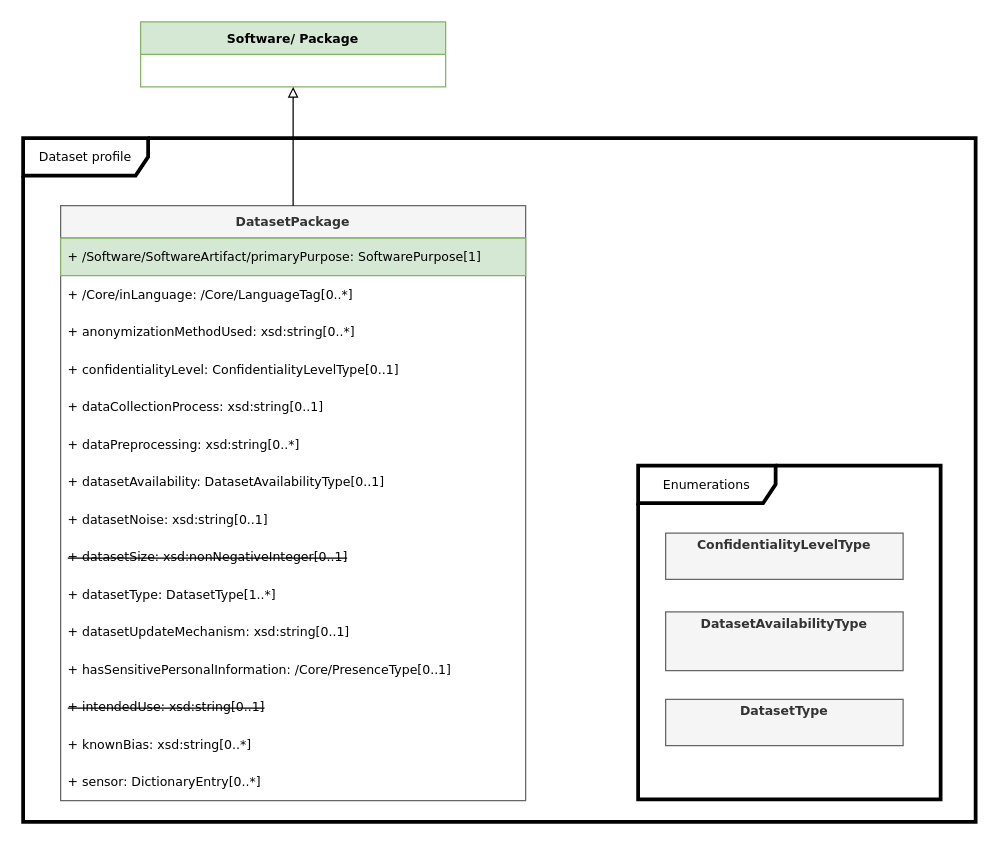
spdx/spdx-3-model keeps this draw.io diagram as page "Dataset" (6 of 12) of docs/model.drawio. Above is the earlier version. Source tidied: cells renumbered, new cells numbered last; positions are measured from the earlier drawing's top-left corner, leaving out a move shared by most shapes. Both pictures are drawn from the tidied source at 125%, with x=0, y=0 at pixel (22, 21).
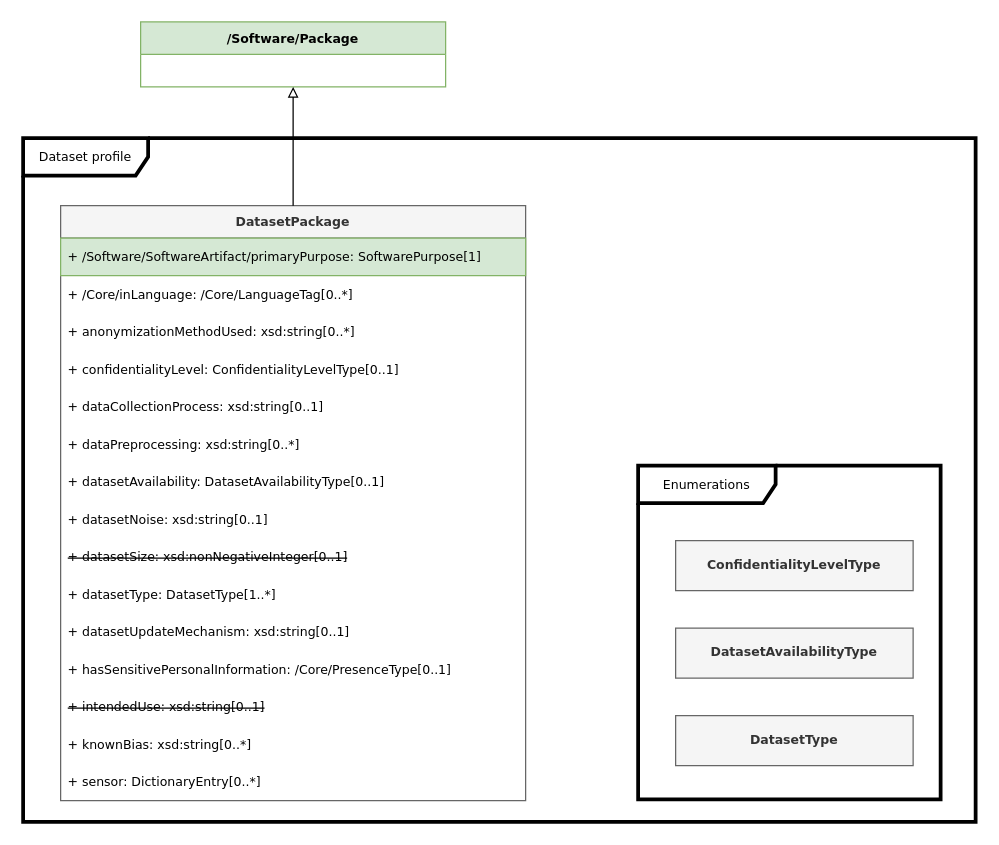
After the change.

Unchanged cells that the change refers to:
```xml
<mxCell id="21" style="group;" parent="1" vertex="1">
  <mxGeometry x="492" y="355" width="242" height="267" as="geometry" />
</mxCell>
```

What changed in the source:
```diff
@@
-    <mxCell id="2" value="Software/ Package" style="swimlane;fontStyle=1;horizontal=1;startSize=26;fillColor=#d5e8d4;strokeColor=#82b366;fontFamily=Verdana;fontSize=10;" parent="1" vertex="1">
+    <mxCell id="2" value="/Software/Package" style="swimlane;fontStyle=1;horizontal=1;startSize=26;fillColor=#d5e8d4;strokeColor=#82b366;fontFamily=Verdana;fontSize=10;" parent="1" vertex="1">
       <mxGeometry x="94" width="244" height="52" as="geometry" />
     </mxCell>
@@
-    <mxCell id="23" value="&lt;p style=&quot;margin: 4px 0px 0px; text-align: center;&quot;&gt;&lt;b&gt;ConfidentialityLevelType&lt;/b&gt;&lt;/p&gt;" style="verticalAlign=top;align=left;overflow=fill;fontSize=10;fontFamily=Verdana;html=1;fillColor=#f5f5f5;strokeColor=#666666;fontColor=#333333;fontStyle=0;" parent="21" vertex="1">
-      <mxGeometry x="22" y="54" width="190" height="37" as="geometry" />
+    <mxCell id="23" value="&lt;p style=&quot;margin: 4px 0px 0px; text-align: center; padding-top: 10px;&quot;&gt;&lt;b&gt;ConfidentialityLevelType&lt;/b&gt;&lt;/p&gt;" style="verticalAlign=top;align=left;overflow=fill;fontSize=10;fontFamily=Verdana;html=1;fillColor=#f5f5f5;strokeColor=#666666;fontColor=#333333;fontStyle=0;flipH=1;legacyAnchorPoints=0;" parent="21" vertex="1">
+      <mxGeometry x="30" y="60" width="190" height="40" as="geometry" />
     </mxCell>
-    <mxCell id="24" value="&lt;p style=&quot;margin: 4px 0px 0px; text-align: center;&quot;&gt;&lt;b&gt;DatasetAvailabilityType&lt;/b&gt;&lt;/p&gt;&lt;p style=&quot;margin: 0px ; margin-left: 8px&quot;&gt;&lt;br&gt;&lt;/p&gt;&lt;div&gt;&lt;font&gt;&lt;/font&gt;&lt;/div&gt;" style="verticalAlign=top;align=left;overflow=fill;fontSize=10;fontFamily=Verdana;html=1;fillColor=#f5f5f5;strokeColor=#666666;fontColor=#333333;fontStyle=0;" parent="21" vertex="1">
-      <mxGeometry x="22" y="117" width="190" height="47" as="geometry" />
+    <mxCell id="24" value="&lt;p style=&quot;margin: 4px 0px 0px; text-align: center; padding-top: 10px;&quot;&gt;&lt;b&gt;DatasetAvailabilityType&lt;/b&gt;&lt;/p&gt;&lt;div&gt;&lt;font&gt;&lt;/font&gt;&lt;/div&gt;" style="verticalAlign=top;align=left;overflow=fill;fontSize=10;fontFamily=Verdana;html=1;fillColor=#f5f5f5;strokeColor=#666666;fontColor=#333333;fontStyle=0;flipH=1;legacyAnchorPoints=0;" parent="21" vertex="1">
+      <mxGeometry x="30" y="130" width="190" height="40" as="geometry" />
     </mxCell>
-    <mxCell id="25" value="&lt;p style=&quot;margin: 4px 0px 0px; text-align: center;&quot;&gt;&lt;b&gt;DatasetType&lt;/b&gt;&lt;/p&gt;" style="verticalAlign=top;align=left;overflow=fill;fontSize=10;fontFamily=Verdana;html=1;fillColor=#f5f5f5;strokeColor=#666666;fontColor=#333333;fontStyle=0;" parent="21" vertex="1">
-      <mxGeometry x="22" y="187" width="190" height="37" as="geometry" />
+    <mxCell id="25" value="&lt;p style=&quot;margin: 4px 0px 0px; text-align: center; padding-top: 10px;&quot;&gt;&lt;b&gt;DatasetType&lt;/b&gt;&lt;/p&gt;" style="verticalAlign=top;align=left;overflow=fill;fontSize=10;fontFamily=Verdana;html=1;fillColor=#f5f5f5;strokeColor=#666666;fontColor=#333333;fontStyle=0;flipH=1;legacyAnchorPoints=0;" parent="21" vertex="1">
+      <mxGeometry x="30" y="200" width="190" height="40" as="geometry" />
     </mxCell>
```
